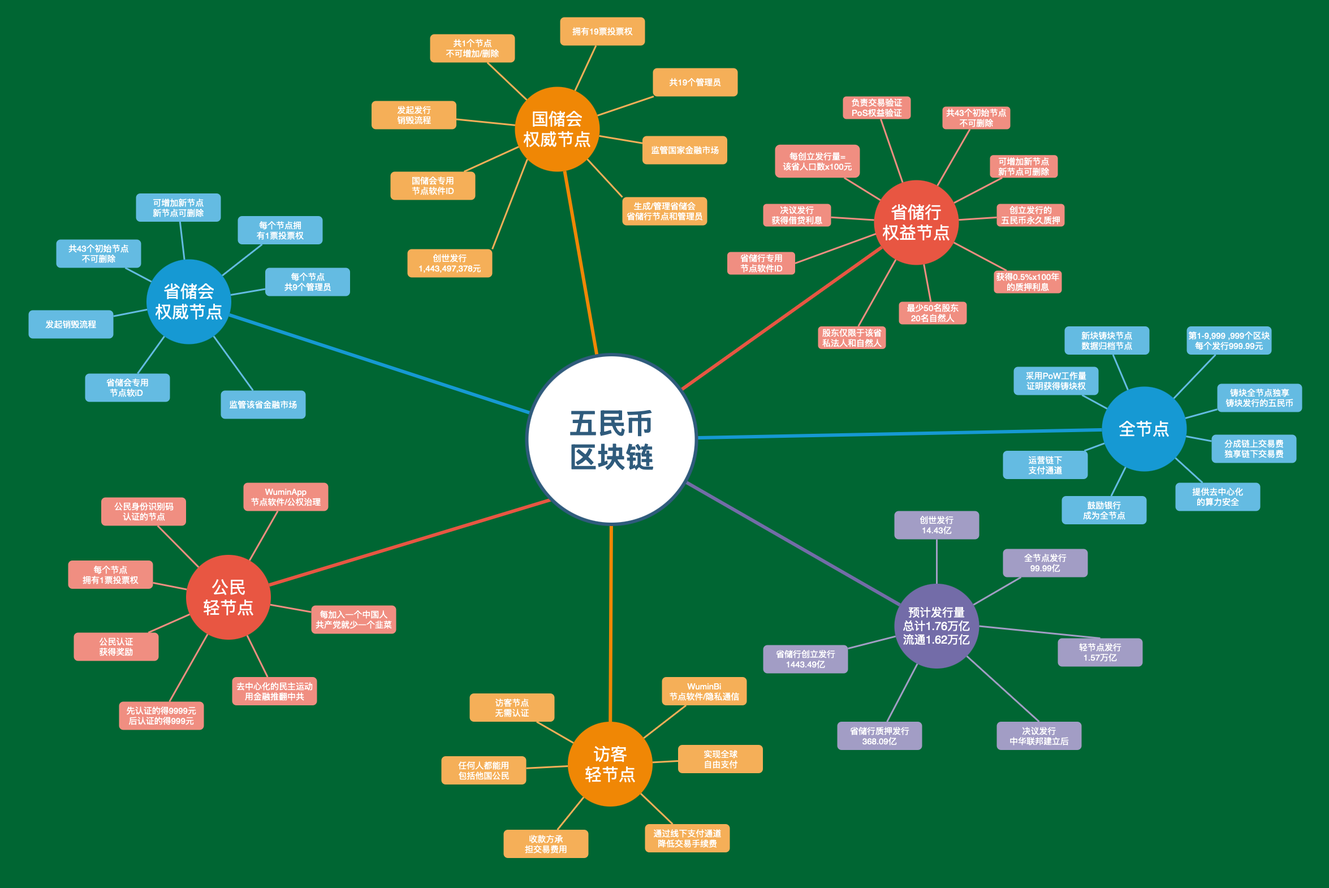
Above: 文档库/五民币区块链结构图.png in wumindang/WMB (draw.io), before the change. Source tidied: cells renumbered, new cells last; positions are measured from the earlier drawing's top-left corner, leaving out a move shared by most shapes.
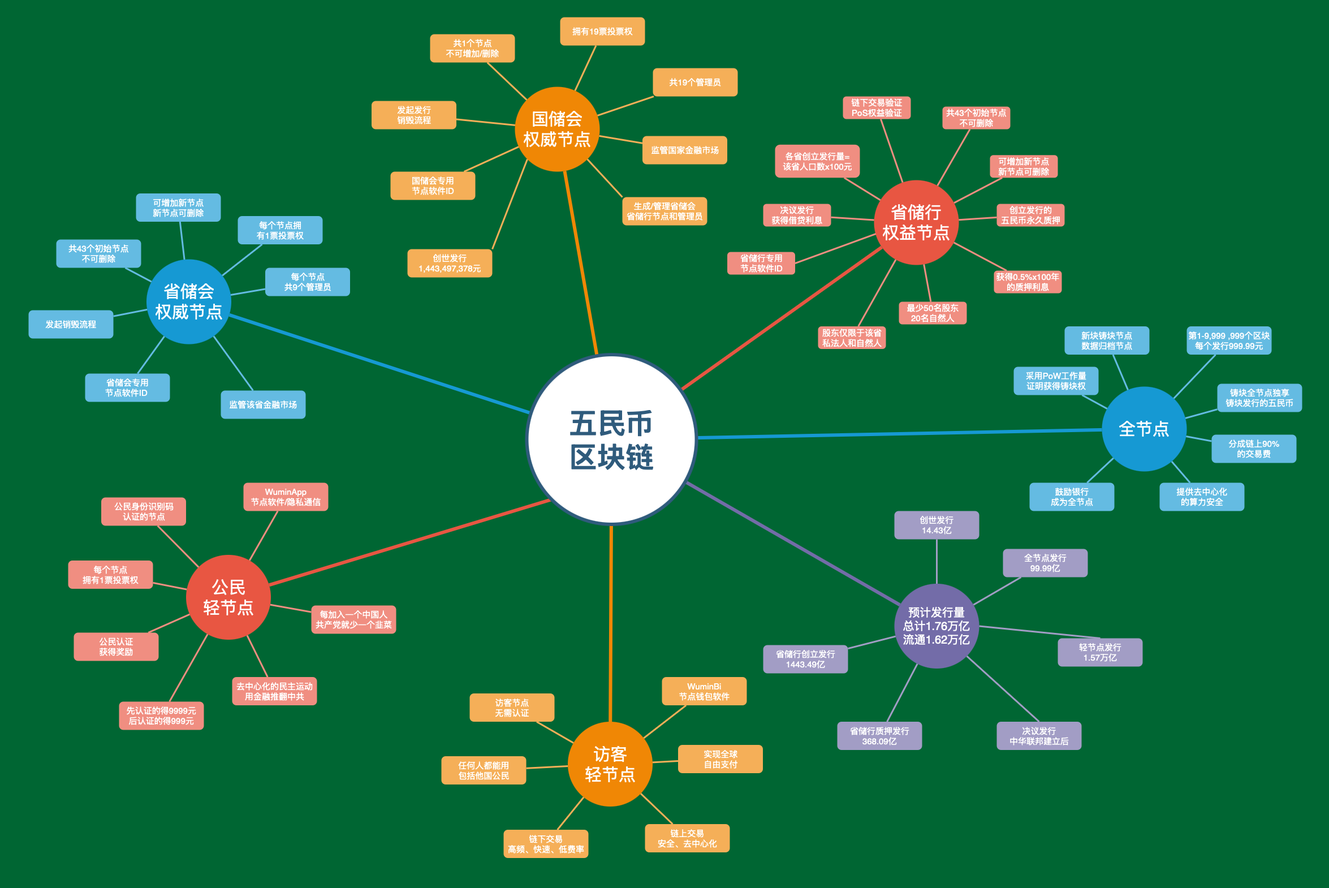
After the commit.

Commit message:
Update 五民币区块链结构图.png

The edit, as a diff of the source:
```diff
@@ -26,7 +26,7 @@
     <mxCell id="9" value="公民&lt;div&gt;轻节点&lt;/div&gt;" style="ellipse;whiteSpace=wrap;html=1;shadow=0;fontFamily=Helvetica;fontSize=30;fontColor=#FFFFFF;align=center;strokeWidth=3;fillColor=#E85642;strokeColor=none;" parent="1" vertex="1">
       <mxGeometry x="328.5" y="980.5" width="150" height="150" as="geometry" />
     </mxCell>
-    <mxCell id="10" value="省储会专用&lt;div&gt;节点软iD&amp;nbsp;&lt;/div&gt;" style="rounded=1;fillColor=#64BBE2;strokeColor=none;strokeWidth=3;shadow=0;html=1;fontColor=#FFFFFF;fontSize=15;" parent="1" vertex="1">
+    <mxCell id="10" value="省储会专用&lt;div&gt;节点软件ID&amp;nbsp;&lt;/div&gt;" style="rounded=1;fillColor=#64BBE2;strokeColor=none;strokeWidth=3;shadow=0;html=1;fontColor=#FFFFFF;fontSize=15;" parent="1" vertex="1">
       <mxGeometry x="150" y="660" width="150" height="50" as="geometry" />
     </mxCell>
     <mxCell id="11" style="endArrow=none;strokeWidth=6;strokeColor=#1699D3;html=1;" parent="1" edge="1" source="112" target="3">
@@ -128,10 +128,10 @@
     <mxCell id="43" value="决议发行&lt;div&gt;获得借贷利息&lt;/div&gt;" style="rounded=1;fillColor=#f08e81;strokeColor=none;strokeWidth=3;shadow=0;html=1;fontColor=#FFFFFF;fontSize=15;" parent="1" vertex="1">
       <mxGeometry x="1349" y="360" width="120" height="40" as="geometry" />
     </mxCell>
-    <mxCell id="44" value="每创立发行量=&lt;div&gt;该省人口数x100元&lt;/div&gt;" style="rounded=1;fillColor=#f08e81;strokeColor=none;strokeWidth=3;shadow=0;html=1;fontColor=#FFFFFF;fontSize=15;" parent="1" vertex="1">
+    <mxCell id="44" value="各省创立发行量=&lt;div&gt;该省人口数x100元&lt;/div&gt;" style="rounded=1;fillColor=#f08e81;strokeColor=none;strokeWidth=3;shadow=0;html=1;fontColor=#FFFFFF;fontSize=15;" parent="1" vertex="1">
       <mxGeometry x="1370" y="255.2" width="150" height="58.5" as="geometry" />
     </mxCell>
-    <mxCell id="45" value="负责交易验证&lt;div&gt;PoS权益验证&lt;/div&gt;" style="rounded=1;fillColor=#f08e81;strokeColor=none;strokeWidth=3;shadow=0;html=1;fontColor=#FFFFFF;fontSize=15;" parent="1" vertex="1">
+    <mxCell id="45" value="链下交易验证&lt;div&gt;PoS权益验证&lt;/div&gt;" style="rounded=1;fillColor=#f08e81;strokeColor=none;strokeWidth=3;shadow=0;html=1;fontColor=#FFFFFF;fontSize=15;" parent="1" vertex="1">
       <mxGeometry x="1490" y="170" width="120" height="40" as="geometry" />
     </mxCell>
     <mxCell id="46" value="共43个初始节点&lt;div&gt;不可删除&lt;/div&gt;" style="rounded=1;fillColor=#f08e81;strokeColor=none;strokeWidth=3;shadow=0;html=1;fontColor=#FFFFFF;fontSize=15;" parent="1" vertex="1">
@@ -191,18 +191,15 @@
     <mxCell id="64" value="铸块全节点独享&lt;div&gt;铸块发行的五民币&lt;/div&gt;" style="rounded=1;fillColor=#64BBE2;strokeColor=none;strokeWidth=3;shadow=0;html=1;fontColor=#FFFFFF;fontSize=15;" parent="1" vertex="1">
       <mxGeometry x="2152" y="678" width="150" height="50" as="geometry" />
     </mxCell>
-    <mxCell id="65" value="分成链上交易费&lt;div&gt;独享链下交易费&lt;/div&gt;" style="rounded=1;fillColor=#64BBE2;strokeColor=none;strokeWidth=3;shadow=0;html=1;fontColor=#FFFFFF;fontSize=15;" parent="1" vertex="1">
+    <mxCell id="65" value="分成链上90%&lt;div&gt;的交易费&lt;/div&gt;" style="rounded=1;fillColor=#64BBE2;strokeColor=none;strokeWidth=3;shadow=0;html=1;fontColor=#FFFFFF;fontSize=15;" parent="1" vertex="1">
       <mxGeometry x="2142" y="768" width="150" height="50" as="geometry" />
     </mxCell>
     <mxCell id="66" value="提供去中心化&lt;div&gt;的算力安全&lt;/div&gt;" style="rounded=1;fillColor=#64BBE2;strokeColor=none;strokeWidth=3;shadow=0;html=1;fontColor=#FFFFFF;fontSize=15;" parent="1" vertex="1">
-      <mxGeometry x="2078" y="853" width="150" height="50" as="geometry" />
+      <mxGeometry x="2050" y="853" width="150" height="50" as="geometry" />
     </mxCell>
     <mxCell id="67" value="鼓励银行&lt;div&gt;成为全节点&lt;/div&gt;" style="rounded=1;fillColor=#64BBE2;strokeColor=none;strokeWidth=3;shadow=0;html=1;fontColor=#FFFFFF;fontSize=15;" parent="1" vertex="1">
-      <mxGeometry x="1877" y="876.5" width="150" height="50" as="geometry" />
+      <mxGeometry x="1820" y="853" width="150" height="50" as="geometry" />
     </mxCell>
-    <mxCell id="68" value="运营链下&lt;div&gt;支付通道&lt;/div&gt;" style="rounded=1;fillColor=#64BBE2;strokeColor=none;strokeWidth=3;shadow=0;html=1;fontColor=#FFFFFF;fontSize=15;" parent="1" vertex="1">
-      <mxGeometry x="1773" y="796.5" width="150" height="50" as="geometry" />
-    </mxCell>
     <mxCell id="69" style="edgeStyle=none;endArrow=none;strokeWidth=3;strokeColor=#64BBE2;html=1;" parent="1" edge="1" source="6" target="61">
       <mxGeometry x="-24" y="196.5" as="geometry" />
     </mxCell>
@@ -224,9 +221,6 @@
     <mxCell id="75" style="edgeStyle=none;endArrow=none;strokeWidth=3;strokeColor=#64BBE2;html=1;" parent="1" edge="1" source="6" target="67">
       <mxGeometry x="-24" y="196.5" as="geometry" />
     </mxCell>
-    <mxCell id="76" style="edgeStyle=none;endArrow=none;strokeWidth=3;strokeColor=#64BBE2;html=1;" parent="1" edge="1" source="6" target="68">
-      <mxGeometry x="-24" y="196.5" as="geometry" />
-    </mxCell>
     <mxCell id="77" value="创世发行&lt;div&gt;14.43亿&lt;/div&gt;" style="rounded=1;fillColor=#a29dc5;strokeColor=none;strokeWidth=3;shadow=0;html=1;fontColor=#FFFFFF;fontSize=15;" parent="1" vertex="1">
       <mxGeometry x="1581" y="903" width="150" height="50" as="geometry" />
     </mxCell>
@@ -254,10 +248,10 @@
     <mxCell id="85" value="实现全球&lt;div&gt;自由支付&lt;/div&gt;" style="rounded=1;fillColor=#f5af58;strokeColor=none;strokeWidth=3;shadow=0;html=1;fontColor=#FFFFFF;fontSize=15;" parent="1" vertex="1">
       <mxGeometry x="1198.5" y="1316.5" width="150" height="50" as="geometry" />
     </mxCell>
-    <mxCell id="86" value="通过线下支付通道&lt;div&gt;降低交易手续费&lt;/div&gt;" style="rounded=1;fillColor=#f5af58;strokeColor=none;strokeWidth=3;shadow=0;html=1;fontColor=#FFFFFF;fontSize=15;" parent="1" vertex="1">
+    <mxCell id="86" value="链上交易&lt;div&gt;安全、去中心化&lt;/div&gt;" style="rounded=1;fillColor=#f5af58;strokeColor=none;strokeWidth=3;shadow=0;html=1;fontColor=#FFFFFF;fontSize=15;" parent="1" vertex="1">
       <mxGeometry x="1140" y="1456.5" width="150" height="50" as="geometry" />
     </mxCell>
-    <mxCell id="87" value="收款方承&lt;div&gt;担交易费用&lt;/div&gt;" style="rounded=1;fillColor=#f5af58;strokeColor=none;strokeWidth=3;shadow=0;html=1;fontColor=#FFFFFF;fontSize=15;" parent="1" vertex="1">
+    <mxCell id="87" value="链下交易&lt;div&gt;高频、快速、低费率&lt;/div&gt;" style="rounded=1;fillColor=#f5af58;strokeColor=none;strokeWidth=3;shadow=0;html=1;fontColor=#FFFFFF;fontSize=15;" parent="1" vertex="1">
       <mxGeometry x="890" y="1466.5" width="150" height="50" as="geometry" />
     </mxCell>
     <mxCell id="88" value="任何人都能用&lt;div&gt;包括他国公民&lt;/div&gt;" style="rounded=1;fillColor=#f5af58;strokeColor=none;strokeWidth=3;shadow=0;html=1;fontColor=#FFFFFF;fontSize=15;" parent="1" vertex="1">
@@ -266,7 +260,7 @@
     <mxCell id="89" value="访客节点&lt;div&gt;无需认证&lt;/div&gt;" style="rounded=1;fillColor=#f5af58;strokeColor=none;strokeWidth=3;shadow=0;html=1;fontColor=#FFFFFF;fontSize=15;" parent="1" vertex="1">
       <mxGeometry x="830" y="1225.5" width="150" height="50" as="geometry" />
     </mxCell>
-    <mxCell id="90" value="WuminBi&lt;div&gt;节点软件/隐私通信&lt;/div&gt;" style="rounded=1;fillColor=#f5af58;strokeColor=none;strokeWidth=3;shadow=0;html=1;fontColor=#FFFFFF;fontSize=15;" parent="1" vertex="1">
+    <mxCell id="90" value="WuminBi&lt;div&gt;节点钱包软件&lt;/div&gt;" style="rounded=1;fillColor=#f5af58;strokeColor=none;strokeWidth=3;shadow=0;html=1;fontColor=#FFFFFF;fontSize=15;" parent="1" vertex="1">
       <mxGeometry x="1170" y="1196.5" width="150" height="50" as="geometry" />
     </mxCell>
     <mxCell id="91" style="edgeStyle=none;endArrow=none;strokeWidth=3;strokeColor=#F5AF58;html=1;" parent="1" edge="1" source="8" target="90">
@@ -287,7 +281,7 @@
     <mxCell id="96" style="edgeStyle=none;endArrow=none;strokeWidth=3;strokeColor=#F5AF58;html=1;" parent="1" edge="1" source="8" target="89">
       <mxGeometry x="243.5" y="39" as="geometry" />
     </mxCell>
-    <mxCell id="97" value="WuminApp&lt;div&gt;节点软件/公权治理&lt;/div&gt;" style="rounded=1;fillColor=#f08e81;strokeColor=none;strokeWidth=3;shadow=0;html=1;fontColor=#FFFFFF;fontSize=15;" parent="1" vertex="1">
+    <mxCell id="97" value="WuminApp&lt;div&gt;节点软件/隐私通信&lt;/div&gt;" style="rounded=1;fillColor=#f08e81;strokeColor=none;strokeWidth=3;shadow=0;html=1;fontColor=#FFFFFF;fontSize=15;" parent="1" vertex="1">
       <mxGeometry x="430" y="853" width="150" height="50" as="geometry" />
     </mxCell>
     <mxCell id="98" value="公民身份识别码&lt;div&gt;认证的节点&lt;/div&gt;" style="rounded=1;fillColor=#f08e81;strokeColor=none;strokeWidth=3;shadow=0;html=1;fontColor=#FFFFFF;fontSize=15;" parent="1" vertex="1">
```
